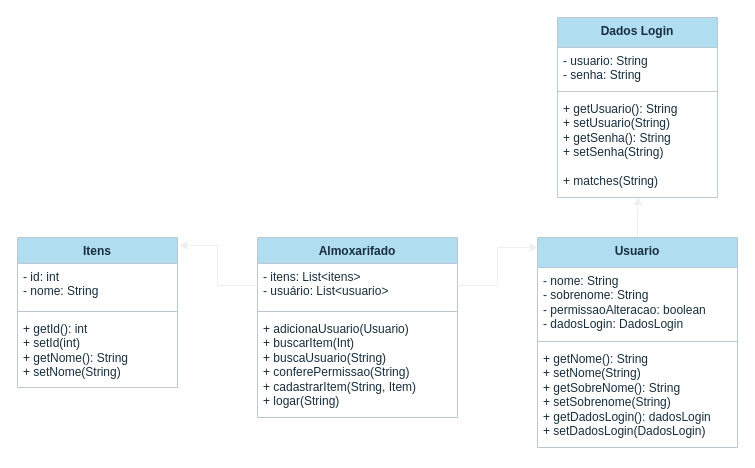
BeatrizBonatto/Bertoti keeps this draw.io diagram as Classes UML - Almox.drawio. Above is the earlier version. Source tidied: cells renumbered, new cells numbered last; positions are measured from the earlier drawing's top-left corner, leaving out a move shared by most shapes. Both pictures are drawn from the tidied source at 100%, with x=0, y=0 at pixel (17, 17).
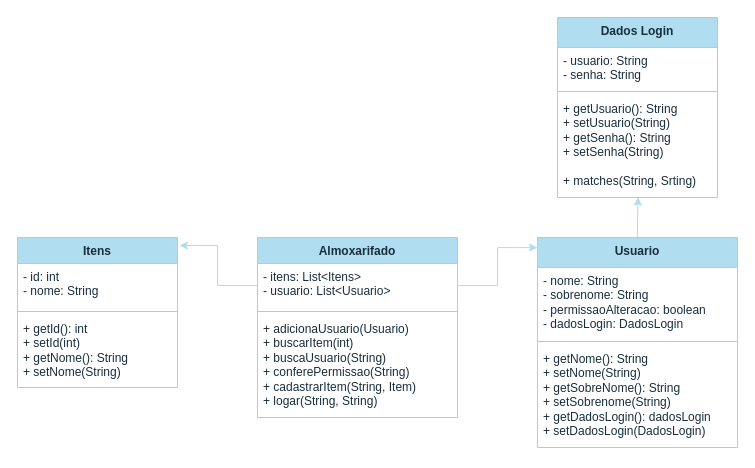
The same page after the edit.

Commit message:
:recycle: Refatorando Classes UML - Almox

Unchanged cells that the change refers to:
```xml
<mxCell id="2" value="Almoxarifado" style="swimlane;fontStyle=1;align=center;verticalAlign=top;horizontal=1;startSize=26;whiteSpace=wrap;html=1;labelBackgroundColor=none;rounded=0;fillColor=#B1DDF0;strokeColor=#BAC8D3;fontColor=#182E3E;" parent="1" vertex="1">
  <mxGeometry x="240" y="220" width="200" height="180" as="geometry" />
</mxCell>
<mxCell id="6" value="Itens" style="swimlane;fontStyle=1;align=center;verticalAlign=top;horizontal=1;startSize=26;whiteSpace=wrap;html=1;labelBackgroundColor=none;rounded=0;fillColor=#B1DDF0;strokeColor=#BAC8D3;fontColor=#182E3E;" parent="1" vertex="1">
  <mxGeometry y="220" width="160" height="150" as="geometry" />
</mxCell>
<mxCell id="11" value="Usuario" style="swimlane;fontStyle=1;align=center;verticalAlign=top;horizontal=1;startSize=30;whiteSpace=wrap;html=1;labelBackgroundColor=none;rounded=0;fillColor=#B1DDF0;strokeColor=#BAC8D3;fontColor=#182E3E;" parent="1" vertex="1">
  <mxGeometry x="520" y="220" width="200" height="210" as="geometry" />
</mxCell>
<mxCell id="17" value="Dados Login" style="swimlane;fontStyle=1;align=center;verticalAlign=top;horizontal=1;startSize=30;whiteSpace=wrap;html=1;labelBackgroundColor=none;rounded=0;fillColor=#B1DDF0;strokeColor=#BAC8D3;fontColor=#182E3E;" parent="1" vertex="1">
  <mxGeometry x="540" width="160" height="180" as="geometry" />
</mxCell>
```

The edit, as a diff of the source:
```diff
@@
-    <mxCell id="3" value="- itens: List&amp;lt;itens&amp;gt;&lt;br&gt;- usuário: List&amp;lt;usuario&amp;gt;" style="text;strokeColor=none;fillColor=none;align=left;verticalAlign=top;spacingLeft=4;spacingRight=4;overflow=hidden;points=[[0,0.5],[1,0.5]];portConstraint=eastwest;whiteSpace=wrap;html=1;labelBackgroundColor=none;rounded=0;fontColor=#182E3E;" parent="2" vertex="1">
+    <mxCell id="3" value="- itens: List&amp;lt;Itens&amp;gt;&lt;br&gt;- usuario: List&amp;lt;Usuario&amp;gt;&lt;br&gt;" style="text;strokeColor=none;fillColor=none;align=left;verticalAlign=top;spacingLeft=4;spacingRight=4;overflow=hidden;points=[[0,0.5],[1,0.5]];portConstraint=eastwest;whiteSpace=wrap;html=1;labelBackgroundColor=none;rounded=0;fontColor=#182E3E;" parent="2" vertex="1">
       <mxGeometry y="26" width="200" height="44" as="geometry" />
     </mxCell>
@@
-    <mxCell id="5" value="+ adicionaUsuario(Usuario)&lt;br&gt;+ buscarItem(Int)&lt;br&gt;+ buscaUsuario(String)&lt;br&gt;+ conferePermissao(String)&lt;br&gt;+ cadastrarItem(String, Item)&lt;br&gt;+ logar(String)" style="text;strokeColor=none;fillColor=none;align=left;verticalAlign=top;spacingLeft=4;spacingRight=4;overflow=hidden;whiteSpace=wrap;html=1;labelBackgroundColor=none;rounded=0;fontColor=#182E3E;" parent="2" vertex="1">
+    <mxCell id="5" value="+ adicionaUsuario(Usuario)&lt;br&gt;+ buscarItem(int)&lt;br&gt;+ buscaUsuario(String)&lt;br&gt;+ conferePermissao(String)&lt;br&gt;+ cadastrarItem(String, Item)&lt;br&gt;+ logar(String, String)" style="text;strokeColor=none;fillColor=none;align=left;verticalAlign=top;spacingLeft=4;spacingRight=4;overflow=hidden;whiteSpace=wrap;html=1;labelBackgroundColor=none;rounded=0;fontColor=#182E3E;" parent="2" vertex="1">
       <mxGeometry y="78" width="200" height="102" as="geometry" />
     </mxCell>
@@
-    <mxCell id="10" style="edgeStyle=orthogonalEdgeStyle;rounded=0;jettySize=auto;html=1;entryX=0.504;entryY=0.997;entryDx=0;entryDy=0;entryPerimeter=0;labelBackgroundColor=none;fontColor=default;strokeColor=#EEEEEE;" parent="1" edge="1" source="11" target="20">
+    <mxCell id="10" style="edgeStyle=orthogonalEdgeStyle;rounded=0;jettySize=auto;html=1;entryX=0.504;entryY=0.997;entryDx=0;entryDy=0;entryPerimeter=0;labelBackgroundColor=none;fontColor=default;strokeColor=#B1DDF0;" parent="1" edge="1" source="11" target="20">
       <mxGeometry relative="1" as="geometry" />
     </mxCell>
@@
-    <mxCell id="15" style="edgeStyle=orthogonalEdgeStyle;rounded=0;jettySize=auto;html=1;exitX=0;exitY=0.5;exitDx=0;exitDy=0;entryX=1.012;entryY=0.053;entryDx=0;entryDy=0;entryPerimeter=0;labelBackgroundColor=none;fontColor=default;strokeColor=#EEEEEE;" parent="1" edge="1" source="3" target="6">
+    <mxCell id="15" style="edgeStyle=orthogonalEdgeStyle;rounded=0;jettySize=auto;html=1;exitX=0;exitY=0.5;exitDx=0;exitDy=0;entryX=1.012;entryY=0.053;entryDx=0;entryDy=0;entryPerimeter=0;labelBackgroundColor=none;fontColor=default;strokeColor=#B1DDF0;" parent="1" edge="1" source="3" target="6">
       <mxGeometry relative="1" as="geometry" />
     </mxCell>
-    <mxCell id="16" style="edgeStyle=orthogonalEdgeStyle;rounded=0;jettySize=auto;html=1;exitX=1;exitY=0.5;exitDx=0;exitDy=0;entryX=0;entryY=0.048;entryDx=0;entryDy=0;entryPerimeter=0;labelBackgroundColor=none;fontColor=default;strokeColor=#EEEEEE;" parent="1" edge="1" source="3" target="11">
+    <mxCell id="16" style="edgeStyle=orthogonalEdgeStyle;rounded=0;jettySize=auto;html=1;exitX=1;exitY=0.5;exitDx=0;exitDy=0;entryX=0;entryY=0.048;entryDx=0;entryDy=0;entryPerimeter=0;labelBackgroundColor=none;fontColor=default;strokeColor=#B1DDF0;" parent="1" edge="1" source="3" target="11">
       <mxGeometry relative="1" as="geometry" />
     </mxCell>
@@
-    <mxCell id="20" value="+ getUsuario(): String&lt;br&gt;+ setUsuario(String)&lt;br&gt;+ getSenha(): String&lt;br style=&quot;border-color: var(--border-color);&quot;&gt;+ setSenha(String)&lt;br&gt;&lt;br&gt;+ matches(String)" style="text;strokeColor=none;fillColor=none;align=left;verticalAlign=top;spacingLeft=4;spacingRight=4;overflow=hidden;points=[[0,0.5],[1,0.5]];portConstraint=eastwest;whiteSpace=wrap;html=1;labelBackgroundColor=none;rounded=0;fontColor=#182E3E;" parent="17" vertex="1">
+    <mxCell id="20" value="+ getUsuario(): String&lt;br&gt;+ setUsuario(String)&lt;br&gt;+ getSenha(): String&lt;br style=&quot;border-color: var(--border-color);&quot;&gt;+ setSenha(String)&lt;br&gt;&lt;br&gt;+ matches(String, Srting)" style="text;strokeColor=none;fillColor=none;align=left;verticalAlign=top;spacingLeft=4;spacingRight=4;overflow=hidden;points=[[0,0.5],[1,0.5]];portConstraint=eastwest;whiteSpace=wrap;html=1;labelBackgroundColor=none;rounded=0;fontColor=#182E3E;" parent="17" vertex="1">
       <mxGeometry y="78" width="160" height="102" as="geometry" />
     </mxCell>
```
